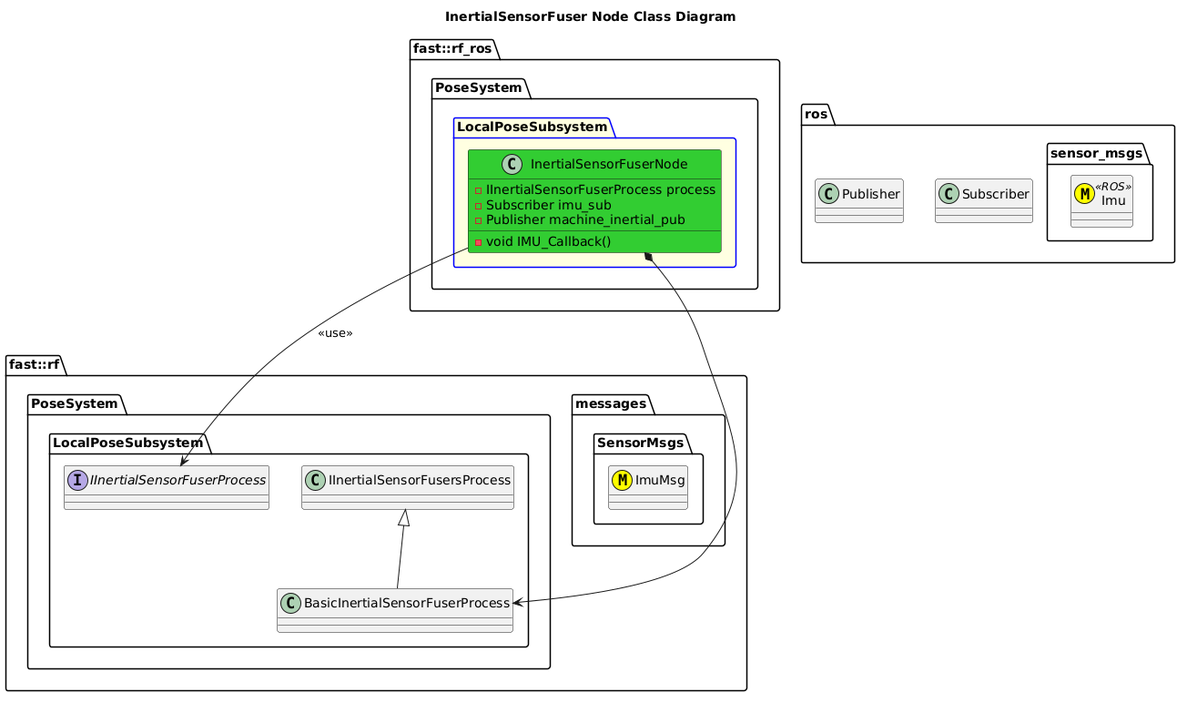
Before: Systems/Pose/Subsystems/LocalPose/Nodes/InertialSensorFuser/doc/puml/InertialSensorFuserNodeClassDiagram.png, a diagram exported from PlantUML (fastrobotics/robot_framework_ros).
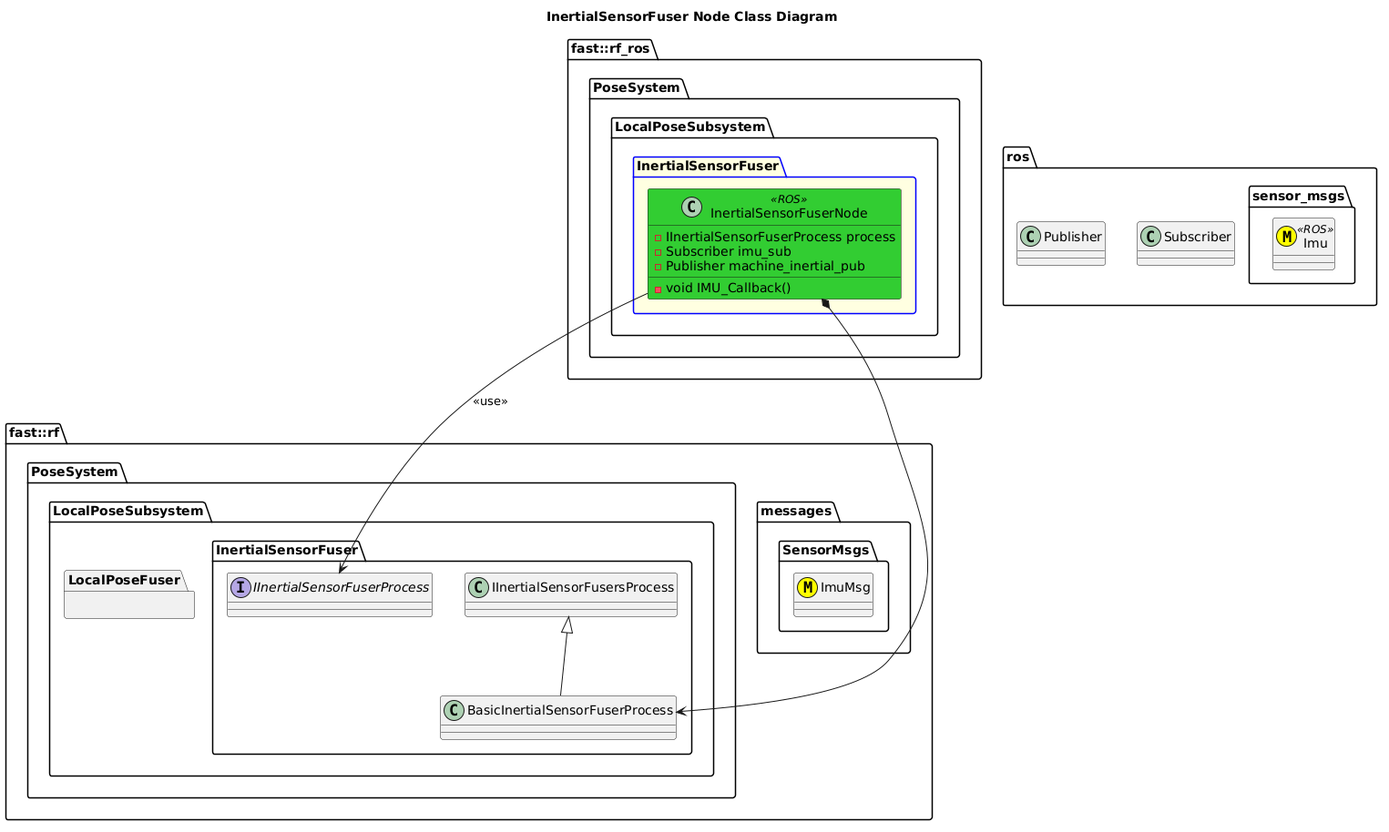
Above is the later version.

The edit, as a diff of the source:
```diff
@@ -16,23 +16,31 @@
     }
     namespace PoseSystem {
         namespace LocalPoseSubsystem {
-            interface IInertialSensorFuserProcess
-            class BasicInertialSensorFuserProcess
-            BasicInertialSensorFuserProcess -up-|> IInertialSensorFusersProcess
+            namespace InertialSensorFuser {
+                interface IInertialSensorFuserProcess
+                class BasicInertialSensorFuserProcess
+                BasicInertialSensorFuserProcess -up-|> IInertialSensorFusersProcess
+            }
+            namespace LocalPoseFuser {
+
+            }
         }
     }
 }
 namespace fast::rf_ros {
    namespace PoseSystem {
-        package LocalPoseSubsystem #LightYellow;line:blue {
-            class InertialSensorFuserNode #LimeGreen {
-                -IInertialSensorFuserProcess process
-                -void IMU_Callback()
-                -Subscriber imu_sub
-                -Publisher machine_inertial_pub
+        namespace LocalPoseSubsystem {
+            package  InertialSensorFuser #LightYellow;line:blue {
+                class InertialSensorFuserNode <<ROS>> #LimeGreen {
+                    -IInertialSensorFuserProcess process
+                    -void IMU_Callback()
+                    -Subscriber imu_sub
+                    -Publisher machine_inertial_pub
+                }
+                InertialSensorFuserNode --> IInertialSensorFuserProcess: <<use>>
+                InertialSensorFuserNode *-> BasicInertialSensorFuserProcess
             }
-            InertialSensorFuserNode --> IInertialSensorFuserProcess: <<use>>
-            InertialSensorFuserNode *-> BasicInertialSensorFuserProcess
+
         }
     }
 }
```
